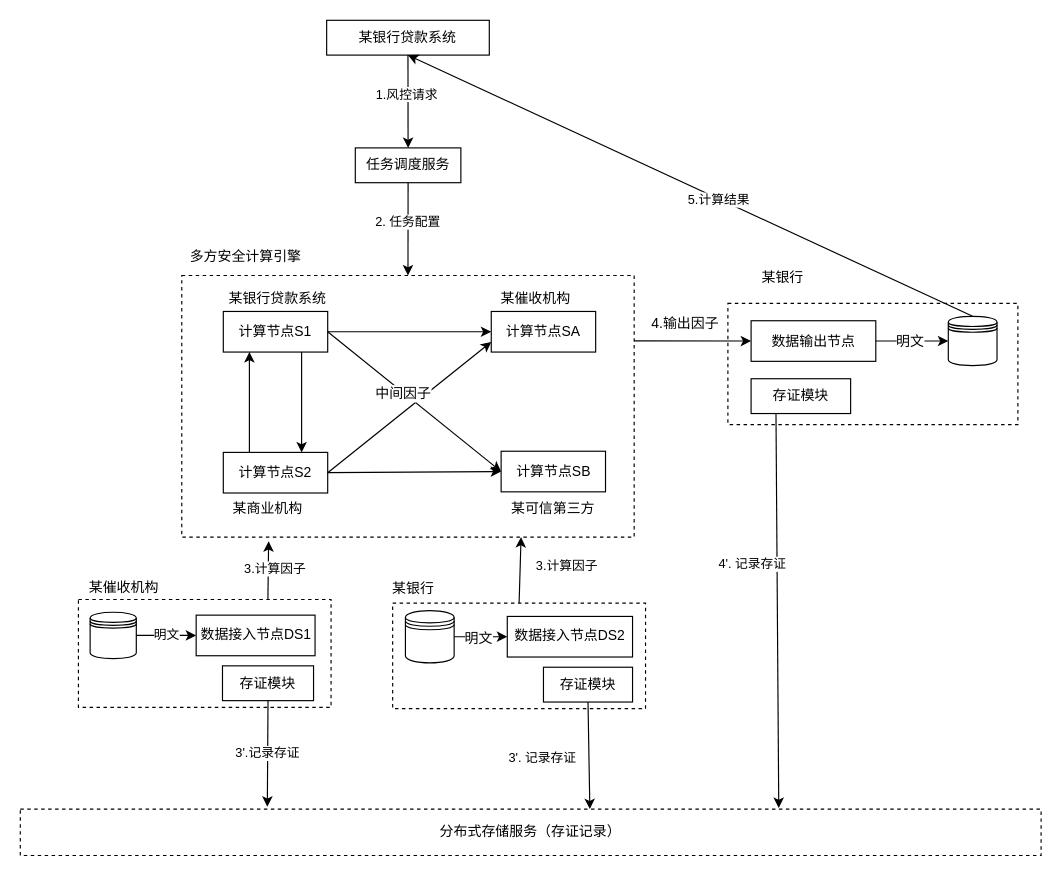
Earlier version of the draw.io diagram cuishou.drawio (yankaili2006/drawing_io). Source tidied: cells renumbered, new cells numbered last; positions are measured from the earlier drawing's top-left corner, leaving out a move shared by most shapes. Both pictures are drawn from the tidied source at 116%, with x=0, y=0 at pixel (20, 20).
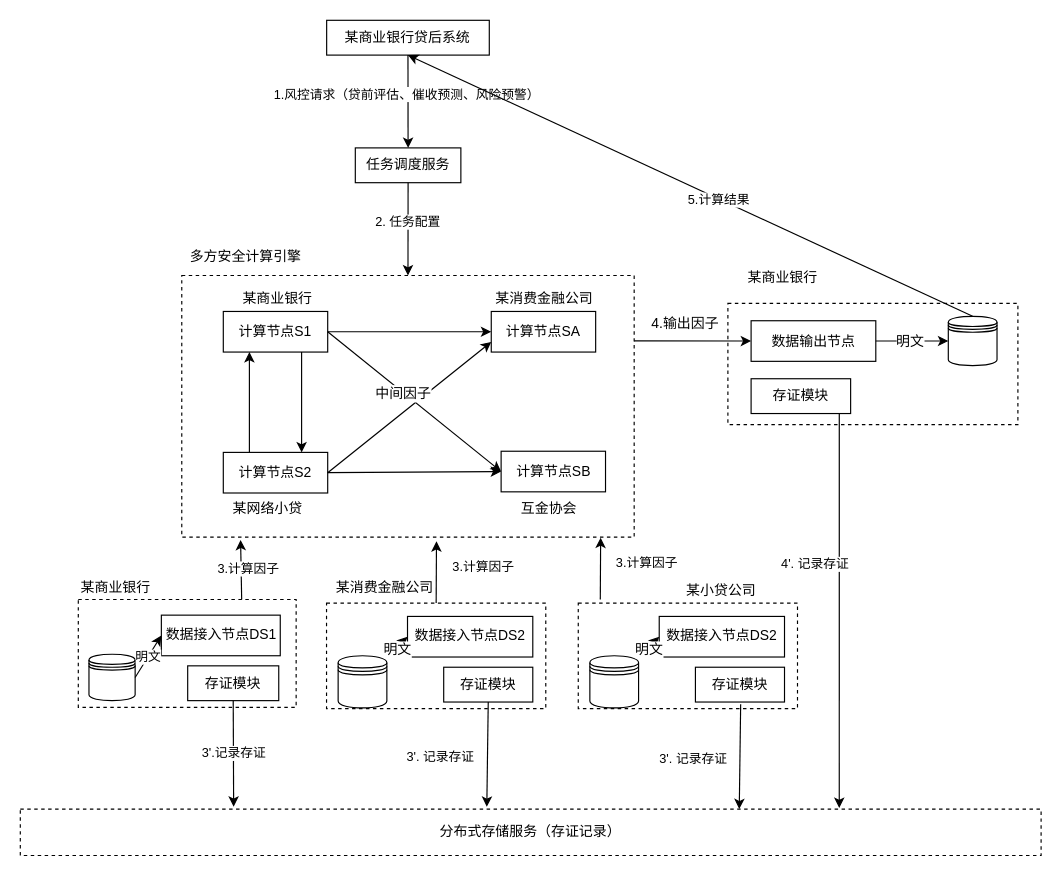
After the change.

Unchanged cells that the change refers to:
```xml
<mxCell id="5" style="rounded=0;whiteSpace=wrap;html=1;fillColor=none;labelPosition=center;verticalLabelPosition=middle;align=center;verticalAlign=middle;dashed=1;" parent="1" vertex="1">
  <mxGeometry x="139.2" y="220" width="390" height="225.5" as="geometry" />
</mxCell>
<mxCell id="35" value="存证模块" style="rounded=0;whiteSpace=wrap;html=1;fillColor=none;" parent="1" vertex="1">
  <mxGeometry x="630" y="309" width="85.8" height="30" as="geometry" />
</mxCell>
<mxCell id="40" value="分布式存储服务（存证记录）" style="rounded=0;whiteSpace=wrap;html=1;dashed=1;" parent="1" vertex="1">
  <mxGeometry y="680" width="880" height="40" as="geometry" />
</mxCell>
<mxCell id="53" style="endArrow=classic;html=1;entryX=0.5;entryY=0;entryDx=0;entryDy=0;exitX=0.5;exitY=1;exitDx=0;exitDy=0;" parent="1" edge="1" source="52" target="7">
  <mxGeometry relative="1" as="geometry" />
</mxCell>
```

Diff of the diagram source:
```diff
@@
     <mxCell id="3" style="rounded=0;whiteSpace=wrap;html=1;dashed=1;" parent="1" vertex="1">
-      <mxGeometry x="321" y="502.4" width="218" height="91" as="geometry" />
+      <mxGeometry x="264" y="502.4" width="189" height="91" as="geometry" />
     </mxCell>
     <mxCell id="4" style="rounded=0;whiteSpace=wrap;html=1;dashed=1;" parent="1" vertex="1">
-      <mxGeometry x="50.1" y="499.3" width="217.8" height="93" as="geometry" />
+      <mxGeometry x="50" y="499.3" width="187.8" height="93" as="geometry" />
     </mxCell>
@@
     <mxCell id="6" value="数据接入节点DS2" style="rounded=0;whiteSpace=wrap;html=1;" parent="1" vertex="1">
-      <mxGeometry x="419.8" y="513.9" width="108" height="35" as="geometry" />
+      <mxGeometry x="333.8" y="513.9" width="108" height="35" as="geometry" />
     </mxCell>
@@
     <mxCell id="10" value="存证模块" style="rounded=0;whiteSpace=wrap;html=1;fillColor=none;" parent="1" vertex="1">
-      <mxGeometry x="451" y="557.7" width="76.8" height="30" as="geometry" />
+      <mxGeometry x="365" y="557.7" width="76.8" height="30" as="geometry" />
     </mxCell>
@@
-    <mxCell id="22" value="某可信第三方" style="text;html=1;strokeColor=none;fillColor=none;align=center;verticalAlign=middle;whiteSpace=wrap;rounded=0;" parent="1" vertex="1">
-      <mxGeometry x="397.1" y="410.5" width="124.8" height="20" as="geometry" />
+    <mxCell id="22" value="互金协会" style="text;html=1;strokeColor=none;fillColor=none;align=center;verticalAlign=middle;whiteSpace=wrap;rounded=0;" parent="1" vertex="1">
+      <mxGeometry x="390" y="410.5" width="131.9" height="20" as="geometry" />
     </mxCell>
-    <mxCell id="23" value="某催收机构" style="text;html=1;strokeColor=none;fillColor=none;align=center;verticalAlign=middle;whiteSpace=wrap;rounded=0;" parent="1" vertex="1">
-      <mxGeometry x="404.4" y="230" width="81.4" height="20" as="geometry" />
+    <mxCell id="23" value="某消费金融公司" style="text;html=1;strokeColor=none;fillColor=none;align=center;verticalAlign=middle;whiteSpace=wrap;rounded=0;" parent="1" vertex="1">
+      <mxGeometry x="404.4" y="230" width="95.6" height="20" as="geometry" />
     </mxCell>
-    <mxCell id="24" value="某银行贷款系统" style="text;html=1;strokeColor=none;fillColor=none;align=center;verticalAlign=middle;whiteSpace=wrap;rounded=0;" parent="1" vertex="1">
+    <mxCell id="24" value="某商业银行" style="text;html=1;strokeColor=none;fillColor=none;align=center;verticalAlign=middle;whiteSpace=wrap;rounded=0;" parent="1" vertex="1">
       <mxGeometry x="175" y="230" width="94.2" height="20" as="geometry" />
     </mxCell>
-    <mxCell id="25" value="某商业机构" style="text;html=1;strokeColor=none;fillColor=none;align=center;verticalAlign=middle;whiteSpace=wrap;rounded=0;" parent="1" vertex="1">
+    <mxCell id="25" value="某网络小贷" style="text;html=1;strokeColor=none;fillColor=none;align=center;verticalAlign=middle;whiteSpace=wrap;rounded=0;" parent="1" vertex="1">
       <mxGeometry x="178.2" y="410.5" width="70.8" height="20" as="geometry" />
     </mxCell>
     <mxCell id="26" style="shape=datastore;whiteSpace=wrap;html=1;" parent="1" vertex="1">
-      <mxGeometry x="332" y="508.9" width="42" height="45" as="geometry" />
+      <mxGeometry x="274" y="547.8" width="42" height="45" as="geometry" />
     </mxCell>
@@
     <mxCell id="29" value="数据接入节点DS1" style="rounded=0;whiteSpace=wrap;html=1;" parent="1" vertex="1">
-      <mxGeometry x="151.6" y="512.8" width="102.5" height="35" as="geometry" />
+      <mxGeometry x="121.6" y="512.8" width="102.5" height="35" as="geometry" />
     </mxCell>
     <mxCell id="30" value="存证模块" style="rounded=0;whiteSpace=wrap;html=1;fillColor=none;" parent="1" vertex="1">
-      <mxGeometry x="174.3" y="556.5" width="78.5" height="30" as="geometry" />
+      <mxGeometry x="144.3" y="556.5" width="78.5" height="30" as="geometry" />
     </mxCell>
     <mxCell id="31" style="shape=datastore;whiteSpace=wrap;html=1;" parent="1" vertex="1">
-      <mxGeometry x="60.2" y="510.3" width="39.8" height="40" as="geometry" />
+      <mxGeometry x="59.2" y="546.5" width="39.8" height="40" as="geometry" />
     </mxCell>
@@
-    <mxCell id="33" value="某催收机构" style="text;html=1;strokeColor=none;fillColor=none;align=center;verticalAlign=middle;whiteSpace=wrap;rounded=0;" parent="1" vertex="1">
-      <mxGeometry x="50.1" y="479.3" width="78.9" height="20" as="geometry" />
+    <mxCell id="33" value="某商业银行" style="text;html=1;strokeColor=none;fillColor=none;align=center;verticalAlign=middle;whiteSpace=wrap;rounded=0;" parent="1" vertex="1">
+      <mxGeometry x="42.6" y="479.3" width="78.9" height="20" as="geometry" />
     </mxCell>
@@
-    <mxCell id="39" value="某银行" style="text;html=1;strokeColor=none;fillColor=none;align=center;verticalAlign=middle;whiteSpace=wrap;rounded=0;" parent="1" vertex="1">
+    <mxCell id="39" value="某商业银行" style="text;html=1;strokeColor=none;fillColor=none;align=center;verticalAlign=middle;whiteSpace=wrap;rounded=0;" parent="1" vertex="1">
       <mxGeometry x="610" y="212.2" width="94.5" height="20" as="geometry" />
     </mxCell>
@@
-    <mxCell id="41" value="3'.记录存证" style="endArrow=classic;html=1;exitX=0.5;exitY=1;exitDx=0;exitDy=0;entryX=0.242;entryY=-0.05;entryDx=0;entryDy=0;entryPerimeter=0;" parent="1" edge="1" source="30" target="40">
+    <mxCell id="41" value="3'.记录存证" style="endArrow=classic;html=1;exitX=0.5;exitY=1;exitDx=0;exitDy=0;entryX=0.209;entryY=-0.05;entryDx=0;entryDy=0;entryPerimeter=0;" parent="1" edge="1" source="30" target="40">
       <mxGeometry relative="1" as="geometry" />
     </mxCell>
@@
-    <mxCell id="45" value="某银行" style="text;html=1;strokeColor=none;fillColor=none;align=center;verticalAlign=middle;whiteSpace=wrap;rounded=0;" parent="1" vertex="1">
-      <mxGeometry x="309" y="480.4" width="60" height="20" as="geometry" />
+    <mxCell id="45" value="某消费金融公司" style="text;html=1;strokeColor=none;fillColor=none;align=center;verticalAlign=middle;whiteSpace=wrap;rounded=0;" parent="1" vertex="1">
+      <mxGeometry x="264" y="479.3" width="101" height="20" as="geometry" />
     </mxCell>
-    <mxCell id="46" style="endArrow=classic;html=1;exitX=0.25;exitY=1;exitDx=0;exitDy=0;entryX=0.743;entryY=-0.025;entryDx=0;entryDy=0;entryPerimeter=0;" parent="1" edge="1" source="35" target="40">
-      <mxGeometry relative="1" as="geometry" />
+    <mxCell id="46" style="endArrow=classic;html=1;exitX=0.886;exitY=1;exitDx=0;exitDy=0;exitPerimeter=0;" parent="1" edge="1" source="35">
+      <mxGeometry relative="1" as="geometry">
+        <mxPoint x="706" y="679" as="targetPoint" />
+      </mxGeometry>
     </mxCell>
@@
-    <mxCell id="48" style="endArrow=classic;html=1;exitX=0.75;exitY=0;exitDx=0;exitDy=0;entryX=0.192;entryY=1.016;entryDx=0;entryDy=0;entryPerimeter=0;" parent="1" edge="1" source="4" target="5">
+    <mxCell id="48" style="endArrow=classic;html=1;exitX=0.75;exitY=0;exitDx=0;exitDy=0;entryX=0.13;entryY=1.011;entryDx=0;entryDy=0;entryPerimeter=0;" parent="1" edge="1" source="4" target="5">
       <mxGeometry relative="1" as="geometry" />
     </mxCell>
@@
-    <mxCell id="50" style="endArrow=classic;html=1;entryX=0.75;entryY=1;entryDx=0;entryDy=0;exitX=0.5;exitY=0;exitDx=0;exitDy=0;" parent="1" edge="1" source="3" target="5">
+    <mxCell id="50" style="endArrow=classic;html=1;entryX=0.563;entryY=1.016;entryDx=0;entryDy=0;exitX=0.5;exitY=0;exitDx=0;exitDy=0;entryPerimeter=0;" parent="1" edge="1" source="3" target="5">
       <mxGeometry relative="1" as="geometry" />
     </mxCell>
@@
-    <mxCell id="52" value="某银行贷款系统" style="rounded=0;whiteSpace=wrap;html=1;" parent="1" vertex="1">
+    <mxCell id="52" value="某商业银行贷后系统" style="rounded=0;whiteSpace=wrap;html=1;" parent="1" vertex="1">
       <mxGeometry x="264.1" width="140.2" height="30" as="geometry" />
     </mxCell>
@@
-    <mxCell id="54" value="1.风控请求" style="edgeLabel;html=1;align=center;verticalAlign=middle;" parent="53" vertex="1">
+    <mxCell id="54" value="1.风控请求（贷前评估、催收预测、风险预警）" style="edgeLabel;html=1;align=center;verticalAlign=middle;" parent="53" vertex="1">
       <mxGeometry x="-0.17" y="-2" relative="1" as="geometry" />
     </mxCell>
@@
-    <mxCell id="57" style="endArrow=classic;html=1;exitX=0.5;exitY=1;exitDx=0;exitDy=0;" parent="1" edge="1" source="10">
-      <mxGeometry relative="1" as="geometry">
-        <mxPoint x="491" y="680" as="targetPoint" />
-      </mxGeometry>
+    <mxCell id="57" style="endArrow=classic;html=1;exitX=0.5;exitY=1;exitDx=0;exitDy=0;entryX=0.457;entryY=-0.05;entryDx=0;entryDy=0;entryPerimeter=0;" parent="1" edge="1" source="10" target="40">
+      <mxGeometry relative="1" as="geometry" />
     </mxCell>
@@
+    <mxCell id="59" style="rounded=0;whiteSpace=wrap;html=1;dashed=1;" parent="1" vertex="1">
+      <mxGeometry x="481" y="502.4" width="189" height="91" as="geometry" />
+    </mxCell>
+    <mxCell id="60" value="数据接入节点DS2" style="rounded=0;whiteSpace=wrap;html=1;" parent="1" vertex="1">
+      <mxGeometry x="550.8" y="513.9" width="108" height="35" as="geometry" />
+    </mxCell>
+    <mxCell id="61" value="存证模块" style="rounded=0;whiteSpace=wrap;html=1;fillColor=none;" parent="1" vertex="1">
+      <mxGeometry x="582" y="557.7" width="76.8" height="30" as="geometry" />
+    </mxCell>
+    <mxCell id="62" style="shape=datastore;whiteSpace=wrap;html=1;" parent="1" vertex="1">
+      <mxGeometry x="491" y="547.8" width="42" height="45" as="geometry" />
+    </mxCell>
+    <mxCell id="63" style="endArrow=classic;html=1;entryX=0;entryY=0.5;entryDx=0;entryDy=0;" parent="1" edge="1" source="62" target="60">
+      <mxGeometry relative="1" as="geometry" />
+    </mxCell>
+    <mxCell id="64" value="明文" style="text;html=1;align=center;verticalAlign=middle;labelBackgroundColor=#ffffff;" parent="63" vertex="1">
+      <mxGeometry x="-0.14" y="-1" relative="1" as="geometry" />
+    </mxCell>
+    <mxCell id="65" value="某小贷公司" style="text;html=1;strokeColor=none;fillColor=none;align=center;verticalAlign=middle;whiteSpace=wrap;rounded=0;" parent="1" vertex="1">
+      <mxGeometry x="554.2" y="482.4" width="101" height="20" as="geometry" />
+    </mxCell>
+    <mxCell id="66" style="endArrow=classic;html=1;entryX=0.563;entryY=1.016;entryDx=0;entryDy=0;exitX=0.5;exitY=0;exitDx=0;exitDy=0;entryPerimeter=0;" parent="1" edge="1">
+      <mxGeometry relative="1" as="geometry">
+        <mxPoint x="500" y="499.3" as="sourcePoint" />
+        <mxPoint x="500.3" y="446" as="targetPoint" />
+      </mxGeometry>
+    </mxCell>
+    <mxCell id="67" value="3.计算因子" style="edgeLabel;html=1;align=center;verticalAlign=middle;" parent="66" vertex="1">
+      <mxGeometry x="-0.19" y="-1" relative="1" as="geometry">
+        <mxPoint x="38.4" y="-10" as="offset" />
+      </mxGeometry>
+    </mxCell>
+    <mxCell id="68" style="endArrow=classic;html=1;exitX=0.5;exitY=1;exitDx=0;exitDy=0;entryX=0.457;entryY=-0.05;entryDx=0;entryDy=0;entryPerimeter=0;" parent="1" edge="1">
+      <mxGeometry relative="1" as="geometry">
+        <mxPoint x="621" y="589.7" as="sourcePoint" />
+        <mxPoint x="619.8" y="680" as="targetPoint" />
+      </mxGeometry>
+    </mxCell>
+    <mxCell id="69" value="3'. 记录存证" style="edgeLabel;html=1;align=center;verticalAlign=middle;" parent="68" vertex="1">
+      <mxGeometry x="0.04" relative="1" as="geometry">
+        <mxPoint x="-40.8" as="offset" />
+      </mxGeometry>
+    </mxCell>
```
